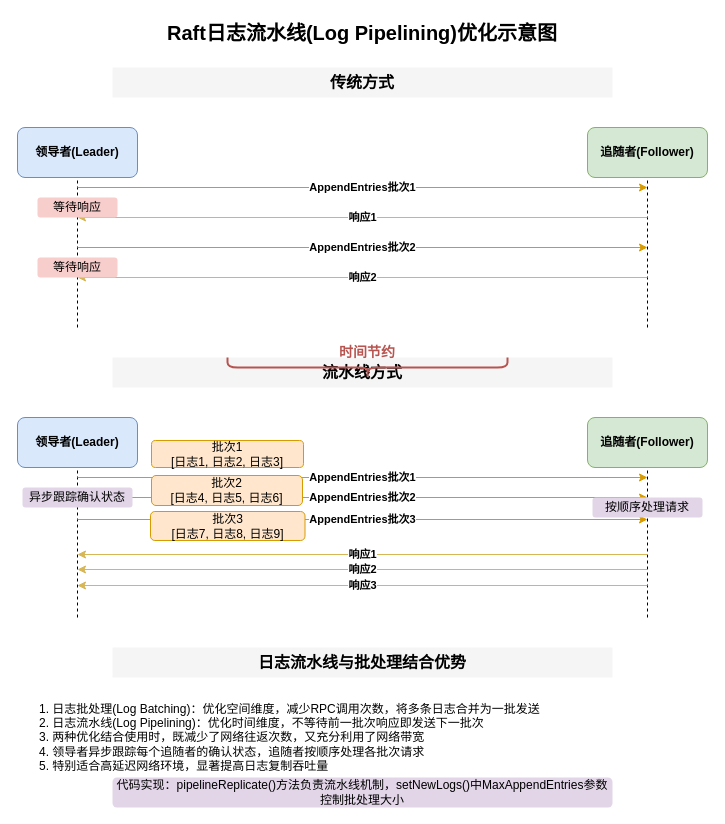
Earlier version of the draw.io diagram projects/日志流水线示意图.drawio (hanzug/draw.io). Source tidied: cells renumbered, new cells numbered last; positions are measured from the earlier drawing's top-left corner, leaving out a move shared by most shapes. Both pictures are drawn from the tidied source at 100%, with x=0, y=0 at pixel (17, 17).
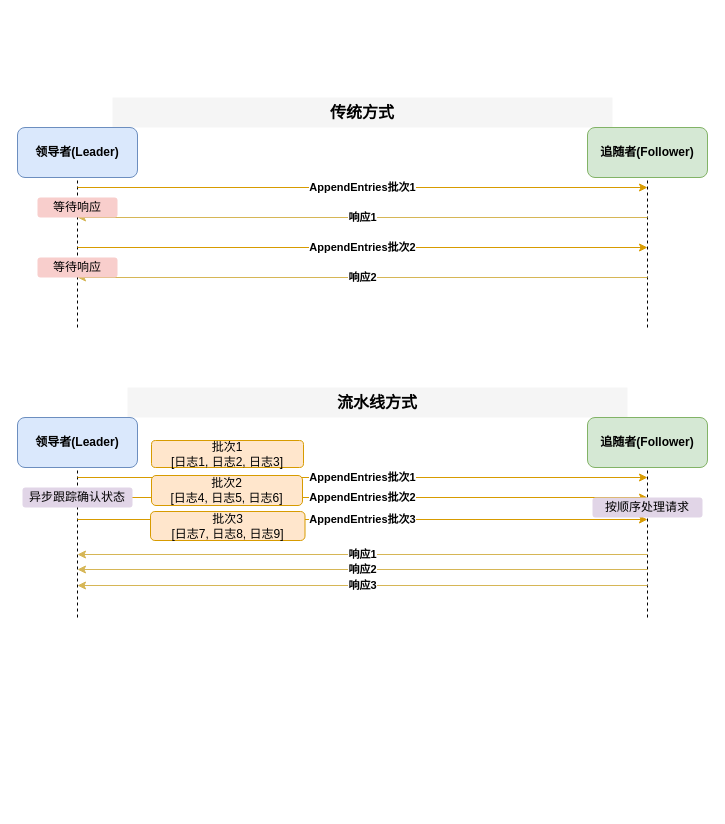
Above is the later version.

Commit message (it also covers changes not shown here):
更新日志流水线示意图.drawio

What changed in the source:
```diff
@@
-    <mxCell id="2" value="Raft日志流水线(Log Pipelining)优化示意图" style="text;html=1;strokeColor=none;fillColor=none;align=center;verticalAlign=middle;whiteSpace=wrap;rounded=0;fontSize=20;fontStyle=1;" parent="1" vertex="1">
-      <mxGeometry x="95" width="500" height="30" as="geometry" />
-    </mxCell>
     <mxCell id="3" value="传统方式" style="text;html=1;strokeColor=none;fillColor=#f5f5f5;align=center;verticalAlign=middle;whiteSpace=wrap;rounded=0;fontSize=16;fontStyle=1;" parent="1" vertex="1">
-      <mxGeometry x="95" y="50" width="500" height="30" as="geometry" />
+      <mxGeometry x="95" y="80" width="500" height="30" as="geometry" />
     </mxCell>
@@
     <mxCell id="14" value="流水线方式" style="text;html=1;strokeColor=none;fillColor=#f5f5f5;align=center;verticalAlign=middle;whiteSpace=wrap;rounded=0;fontSize=16;fontStyle=1;" parent="1" vertex="1">
-      <mxGeometry x="95" y="340" width="500" height="30" as="geometry" />
+      <mxGeometry x="110" y="370" width="500" height="30" as="geometry" />
     </mxCell>
@@
-    <mxCell id="30" style="shape=curlyBracket;whiteSpace=wrap;html=1;rounded=1;flipH=1;labelPosition=right;verticalLabelPosition=middle;align=left;verticalAlign=middle;rotation=90;fillColor=#f8cecc;strokeColor=#b85450;strokeWidth=2;" parent="1" vertex="1">
-      <mxGeometry x="340" y="210" width="20" height="280" as="geometry" />
-    </mxCell>
-    <mxCell id="31" value="时间节约" style="text;html=1;strokeColor=none;fillColor=none;align=center;verticalAlign=middle;whiteSpace=wrap;rounded=0;fontColor=#B85450;fontStyle=1;fontSize=14;" parent="1" vertex="1">
-      <mxGeometry x="315" y="320" width="70" height="30" as="geometry" />
-    </mxCell>
-    <mxCell id="32" value="日志流水线与批处理结合优势" style="text;html=1;strokeColor=none;fillColor=#f5f5f5;align=center;verticalAlign=middle;whiteSpace=wrap;rounded=0;fontSize=16;fontStyle=1;" parent="1" vertex="1">
-      <mxGeometry x="95" y="630" width="500" height="30" as="geometry" />
-    </mxCell>
-    <mxCell id="33" value="1. 日志批处理(Log Batching)：优化空间维度，减少RPC调用次数，将多条日志合并为一批发送&#10;2. 日志流水线(Log Pipelining)：优化时间维度，不等待前一批次响应即发送下一批次&#10;3. 两种优化结合使用时，既减少了网络往返次数，又充分利用了网络带宽&#10;4. 领导者异步跟踪每个追随者的确认状态，追随者按顺序处理各批次请求&#10;5. 特别适合高延迟网络环境，显著提高日志复制吞吐量" style="text;html=1;strokeColor=none;fillColor=none;align=left;verticalAlign=middle;whiteSpace=wrap;rounded=0;fontSize=12;" parent="1" vertex="1">
-      <mxGeometry x="20" y="670" width="650" height="100" as="geometry" />
-    </mxCell>
-    <mxCell id="34" value="代码实现：pipelineReplicate()方法负责流水线机制，setNewLogs()中MaxAppendEntries参数控制批处理大小" style="text;html=1;strokeColor=none;fillColor=#e1d5e7;align=center;verticalAlign=middle;whiteSpace=wrap;rounded=1;fontSize=12;" parent="1" vertex="1">
-      <mxGeometry x="95" y="760" width="500" height="30" as="geometry" />
-    </mxCell>
```
